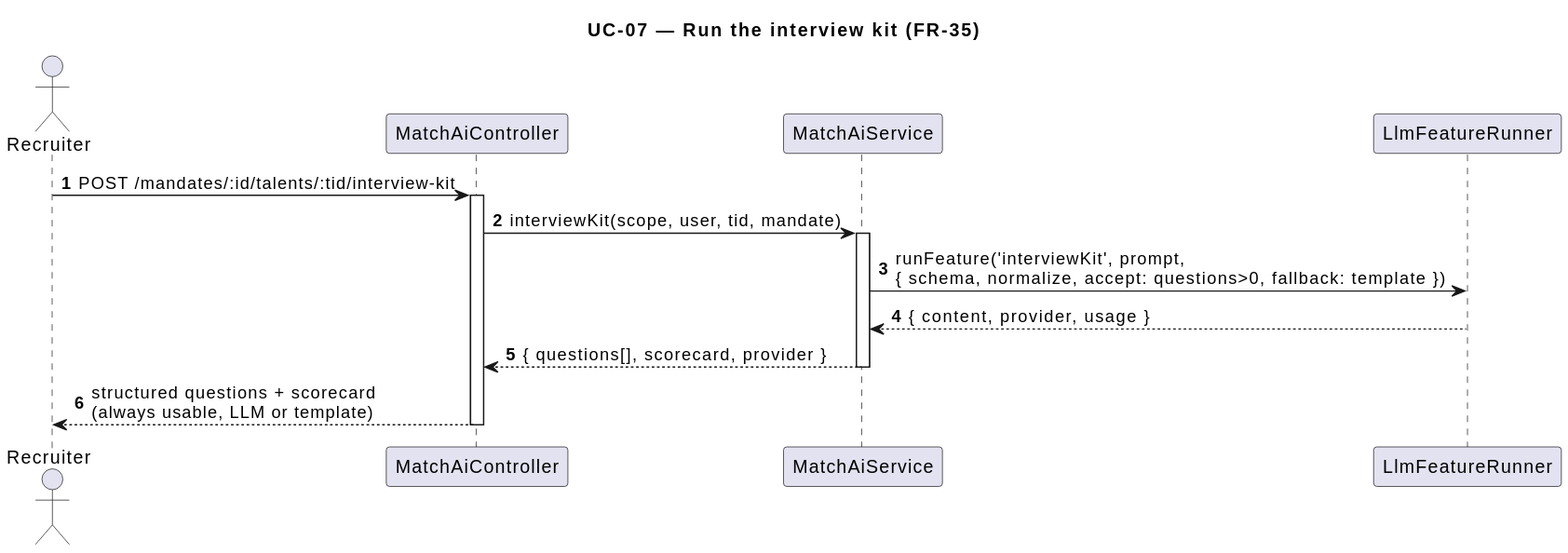
NexusHero/Resume keeps this PlantUML diagram as docs/umls/usecases/uc07_interview_kit.svg. Above is the earlier version. Its source is kept beside it as docs/umls/usecases/uc07_interview_kit.puml.
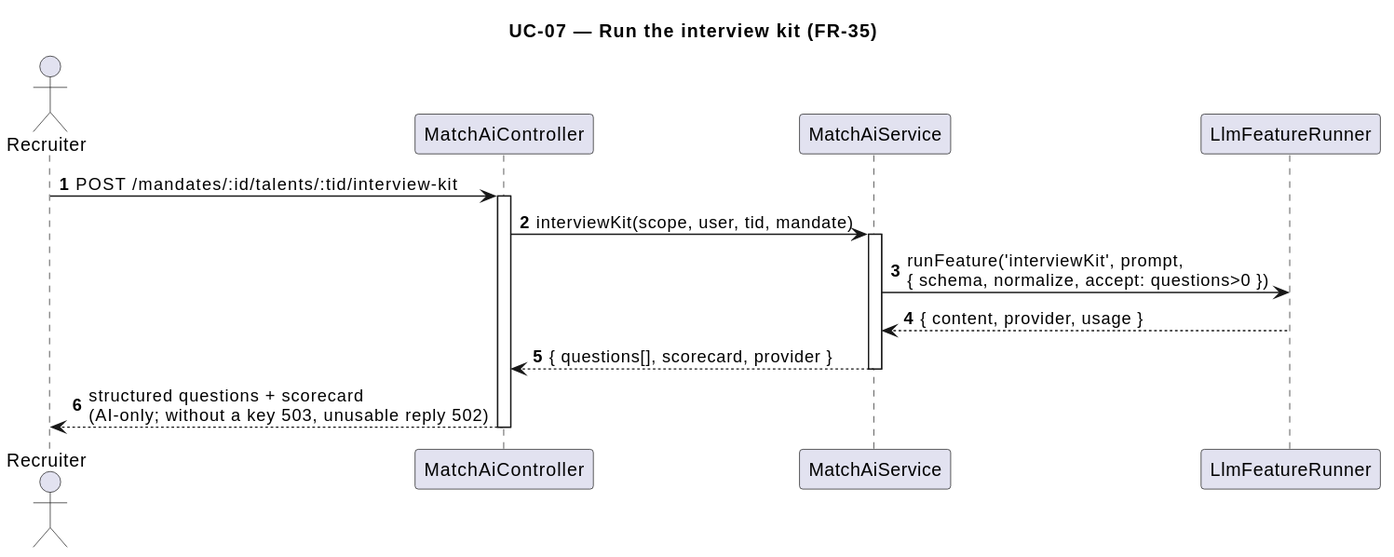
The same diagram one commit later.

What changed in the source:
```diff
@@ -12,10 +12,10 @@
 activate Ctrl
 Ctrl -> Svc : interviewKit(scope, user, tid, mandate)
 activate Svc
-Svc -> Runner : runFeature('interviewKit', prompt,\n{ schema, normalize, accept: questions>0, fallback: template })
+Svc -> Runner : runFeature('interviewKit', prompt,\n{ schema, normalize, accept: questions>0 })
 Runner --> Svc : { content, provider, usage }
 Svc --> Ctrl : { questions[], scorecard, provider }
 deactivate Svc
-Ctrl --> Recruiter : structured questions + scorecard\n(always usable, LLM or template)
+Ctrl --> Recruiter : structured questions + scorecard\n(AI-only; without a key 503, unusable reply 502)
 deactivate Ctrl
 @enduml
```
